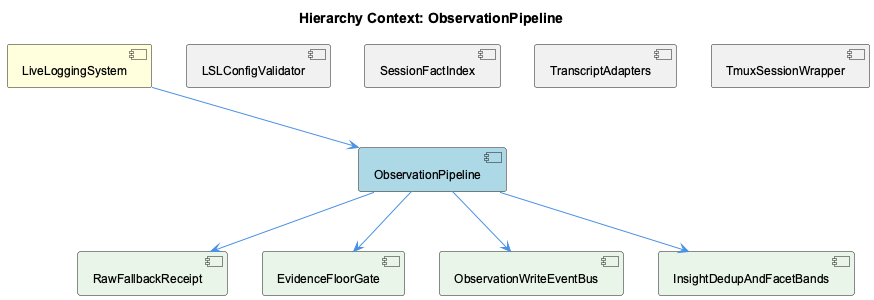
The PlantUML diagram knowledge-management/insights/images/observation-pipeline-relationship.png in fwornle/coding, before a commit.
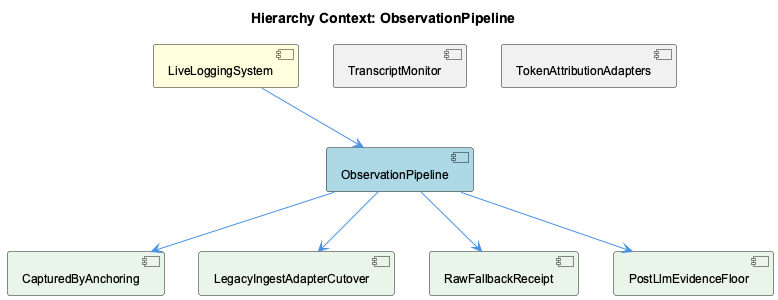
The same file after the commit.

Diff of the diagram source:
```diff
@@ -5,23 +5,19 @@
 
 [LiveLoggingSystem] as live_logging_system #FFFFDD
 [ObservationPipeline] as observation_pipeline #LightBlue
-[LSLConfigValidator] as lslconfig_validator #F0F0F0
-[SessionFactIndex] as session_fact_index #F0F0F0
-[TranscriptAdapters] as transcript_adapters #F0F0F0
-[TmuxSessionWrapper] as tmux_session_wrapper #F0F0F0
+[TranscriptMonitor] as transcript_monitor #F0F0F0
+[TokenAttributionAdapters] as token_attribution_adapters #F0F0F0
+[CapturedByAnchoring] as captured_by_anchoring #E8F5E8
+[LegacyIngestAdapterCutover] as legacy_ingest_adapter_cutover #E8F5E8
 [RawFallbackReceipt] as raw_fallback_receipt #E8F5E8
-[EvidenceFloorGate] as evidence_floor_gate #E8F5E8
-[ObservationWriteEventBus] as observation_write_event_bus #E8F5E8
-[InsightDedupAndFacetBands] as insight_dedup_and_facet_bands #E8F5E8
+[PostLlmEvidenceFloor] as post_llm_evidence_floor #E8F5E8
 
 live_logging_system --> observation_pipeline
-lslconfig_validator -[hidden]- observation_pipeline
-session_fact_index -[hidden]- observation_pipeline
-transcript_adapters -[hidden]- observation_pipeline
-tmux_session_wrapper -[hidden]- observation_pipeline
+transcript_monitor -[hidden]- observation_pipeline
+token_attribution_adapters -[hidden]- observation_pipeline
+observation_pipeline --> captured_by_anchoring
+observation_pipeline --> legacy_ingest_adapter_cutover
 observation_pipeline --> raw_fallback_receipt
-observation_pipeline --> evidence_floor_gate
-observation_pipeline --> observation_write_event_bus
-observation_pipeline --> insight_dedup_and_facet_bands
+observation_pipeline --> post_llm_evidence_floor
 
 @enduml
```
